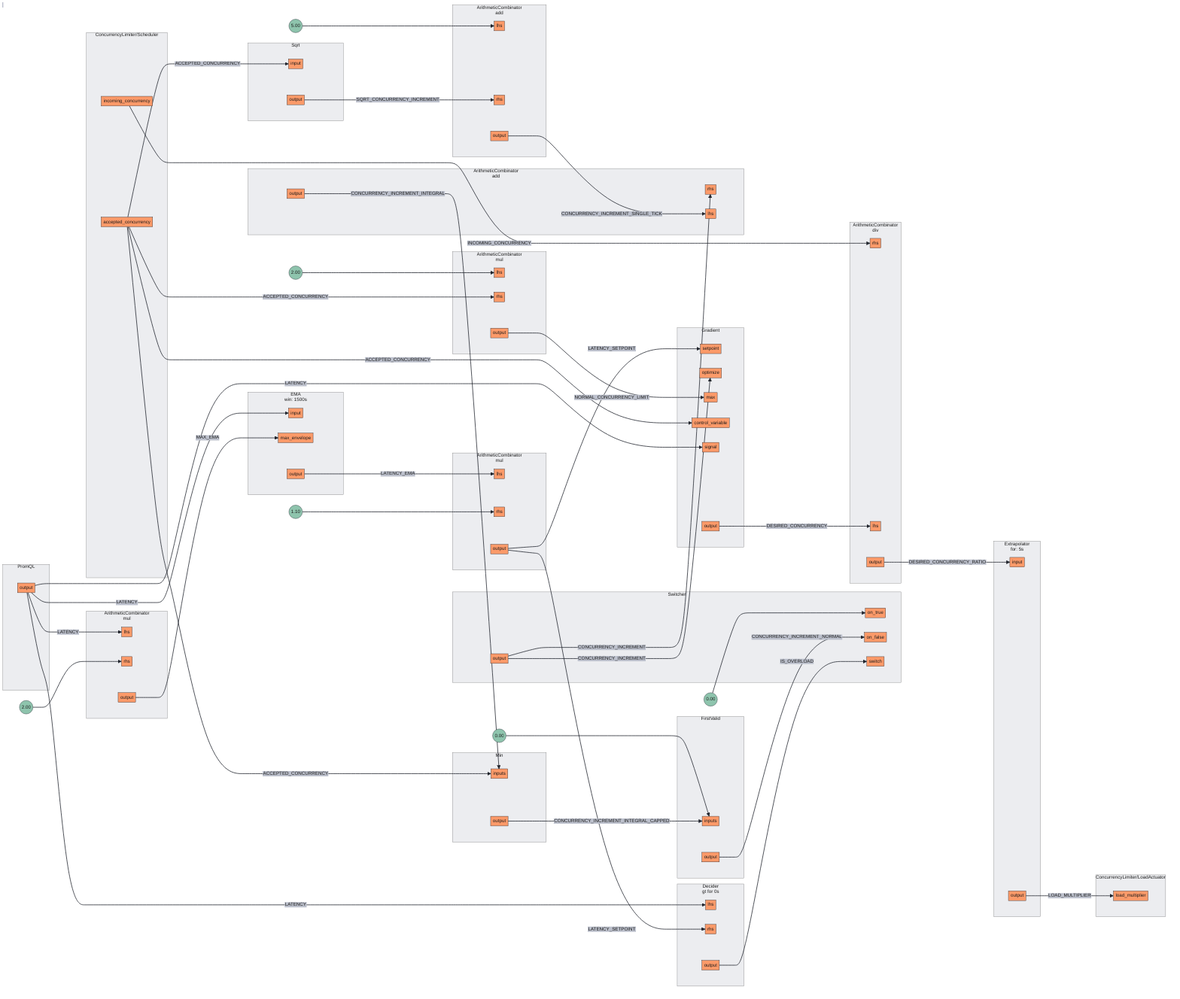
This is docs/content/tutorials/flow-control/assets/basic-concurrency-limiting/basic-concurrency-limiting.mmd.png from dataongunlaws/aperture, a Mermaid export, as it was before one commit. Its source is kept beside it as docs/content/tutorials/flow-control/assets/basic-concurrency-limiting/basic-concurrency-limiting.mmd.
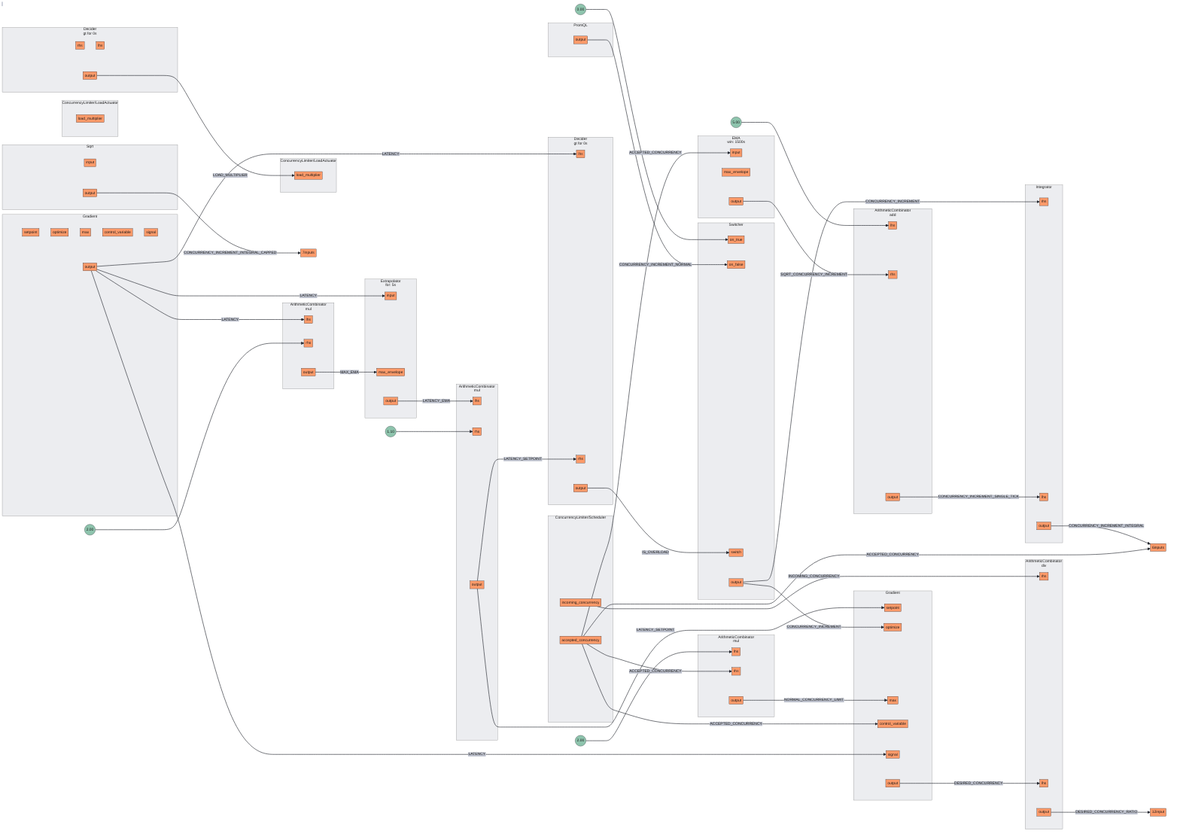
Above is the later version.

The edit, as a diff of the source:
```diff
@@ -62,7 +62,7 @@
 end
 FakeConstant3((5.00))
 FakeConstant3 --> 4lhs
-subgraph 5[<center>ArithmeticCombinator<br/>add</center>]
+subgraph 5[Integrator]
 subgraph 5_inports[ ]
 style 5_inports fill:none,stroke:none
 5rhs[rhs]
@@ -73,47 +73,48 @@
 5output[output]
 end
 end
-subgraph 6[Min]
+subgraph 6[Sqrt]
 subgraph 6_inports[ ]
 style 6_inports fill:none,stroke:none
-6inputs[inputs]
-6inputs[inputs]
+6input[input]
 end
 subgraph 6_outports[ ]
 style 6_outports fill:none,stroke:none
 6output[output]
 end
 end
-subgraph 7[FirstValid]
-subgraph 7_inports[ ]
-style 7_inports fill:none,stroke:none
-7inputs[inputs]
-7inputs[inputs]
-end
+subgraph 7[PromQL]
 subgraph 7_outports[ ]
 style 7_outports fill:none,stroke:none
 7output[output]
 end
 end
-FakeConstant4((0.00))
-FakeConstant4 --> 7inputs
-subgraph 8[Sqrt]
+subgraph 8[<center>EMA<br/>win: 1500s</center>]
 subgraph 8_inports[ ]
 style 8_inports fill:none,stroke:none
 8input[input]
+8max_envelope[max_envelope]
 end
 subgraph 8_outports[ ]
 style 8_outports fill:none,stroke:none
 8output[output]
 end
 end
-subgraph 9[PromQL]
+subgraph 9[Gradient]
+subgraph 9_inports[ ]
+style 9_inports fill:none,stroke:none
+9setpoint[setpoint]
+9optimize[optimize]
+9max[max]
+9control_variable[control_variable]
+9signal[signal]
+end
 subgraph 9_outports[ ]
 style 9_outports fill:none,stroke:none
 9output[output]
 end
 end
-subgraph 10[<center>EMA<br/>win: 1500s</center>]
+subgraph 10[<center>Extrapolator<br/>for: 5s</center>]
 subgraph 10_inports[ ]
 style 10_inports fill:none,stroke:none
 10input[input]
@@ -138,10 +139,17 @@
 11output[output]
 end
 end
-subgraph 12[<center>Extrapolator<br/>for: 5s</center>]
+subgraph 11.LoadActuator[ConcurrencyLimiter/LoadActuator]
+subgraph 11.LoadActuator_inports[ ]
+style 11.LoadActuator_inports fill:none,stroke:none
+11.LoadActuatorload_multiplier[load_multiplier]
+end
+end
+subgraph 12[<center>Decider<br/>gt for 0s</center>]
 subgraph 12_inports[ ]
 style 12_inports fill:none,stroke:none
-12input[input]
+12rhs[rhs]
+12lhs[lhs]
 end
 subgraph 12_outports[ ]
 style 12_outports fill:none,stroke:none
```
